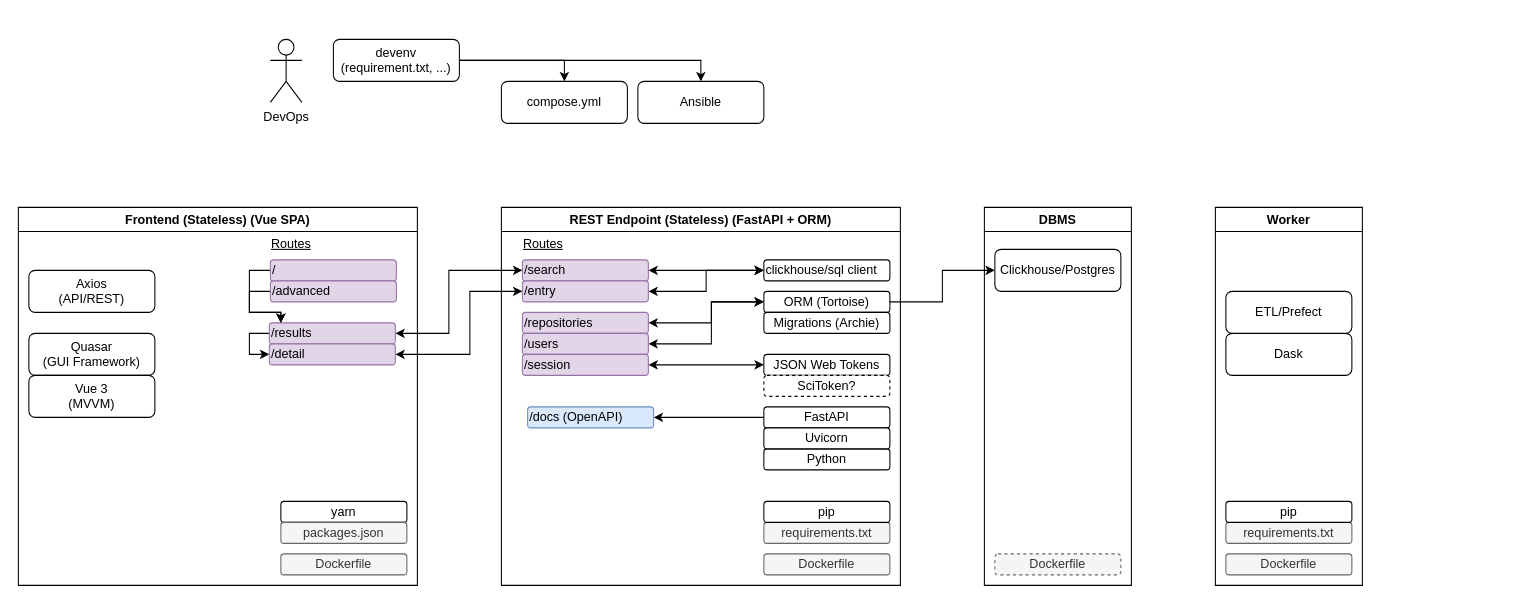
Above: docs/figures/overview.drawio in nsdf-fabric/nsdf-catalog (draw.io), before the change. Source tidied: cells renumbered, new cells numbered last; positions are measured from the earlier drawing's top-left corner, leaving out a move shared by most shapes. Both pictures are drawn from the tidied source at 105%, with x=0, y=0 at pixel (18, 39).
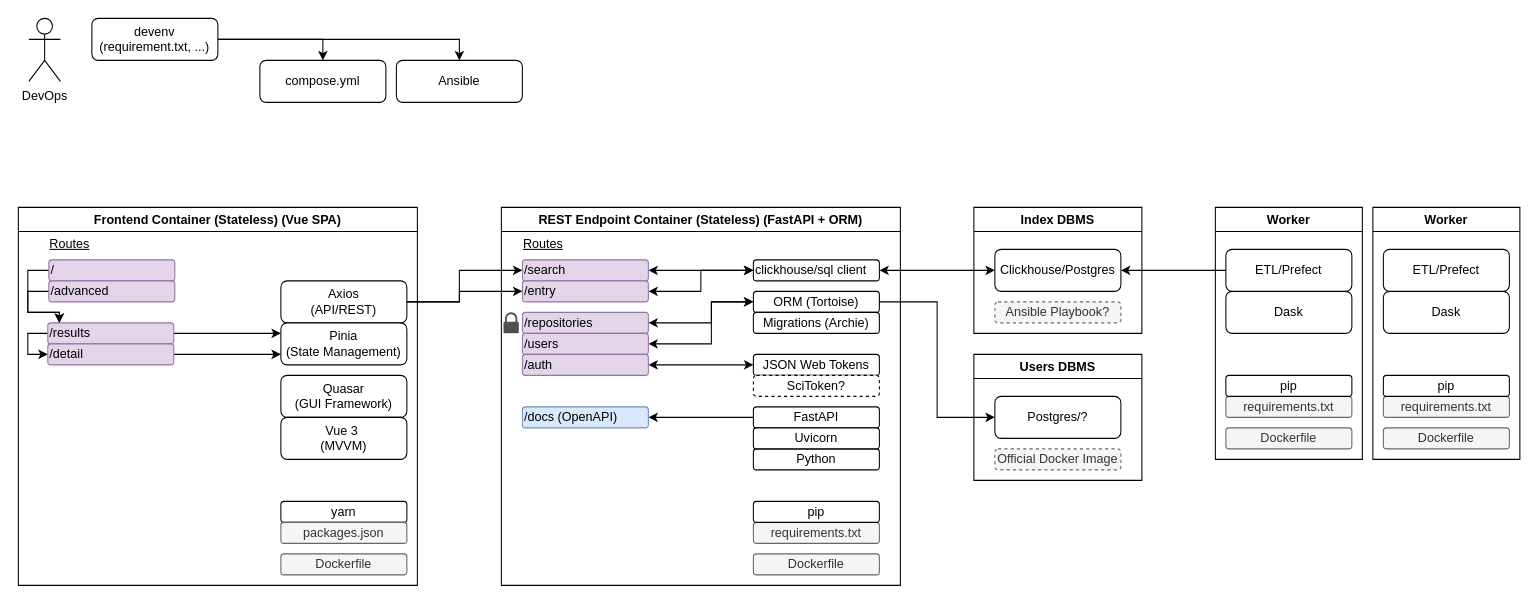
Above is the later version.

Unchanged cells that the change refers to:
```xml
<mxCell id="15" value="/search" style="rounded=1;whiteSpace=wrap;html=1;align=left;strokeColor=#9673a6;fillColor=#e1d5e7;" parent="8" vertex="1">
  <mxGeometry x="20" y="50" width="120" height="20" as="geometry" />
</mxCell>
<mxCell id="30" value="/entry" style="rounded=1;whiteSpace=wrap;html=1;align=left;strokeColor=#9673a6;fillColor=#e1d5e7;" parent="8" vertex="1">
  <mxGeometry x="20" y="70" width="120" height="20" as="geometry" />
</mxCell>
```

Diff of the diagram source:
```diff
@@
     <mxCell id="2" value="DevOps" style="shape=umlActor;verticalLabelPosition=bottom;verticalAlign=top;html=1;" parent="1" vertex="1">
-      <mxGeometry x="240" width="30" height="60" as="geometry" />
+      <mxGeometry x="10" y="-20" width="30" height="60" as="geometry" />
     </mxCell>
     <mxCell id="3" value="Ansible" style="rounded=1;whiteSpace=wrap;html=1;" parent="1" vertex="1">
-      <mxGeometry x="590" y="40" width="120" height="40" as="geometry" />
+      <mxGeometry x="360" y="20" width="120" height="40" as="geometry" />
     </mxCell>
     <mxCell id="4" value="compose.yml" style="rounded=1;whiteSpace=wrap;html=1;" parent="1" vertex="1">
-      <mxGeometry x="460" y="40" width="120" height="40" as="geometry" />
+      <mxGeometry x="230" y="20" width="120" height="40" as="geometry" />
     </mxCell>
@@
     <mxCell id="7" value="devenv&lt;br&gt;(requirement.txt, ...)" style="rounded=1;whiteSpace=wrap;html=1;" parent="1" vertex="1">
-      <mxGeometry x="300" width="120" height="40" as="geometry" />
+      <mxGeometry x="70" y="-20" width="120" height="40" as="geometry" />
     </mxCell>
-    <mxCell id="8" value="REST Endpoint (Stateless) (FastAPI + ORM)" style="swimlane;" parent="1" vertex="1">
+    <mxCell id="8" value="REST Endpoint Container (Stateless) (FastAPI + ORM)" style="swimlane;" parent="1" vertex="1">
       <mxGeometry x="460" y="160" width="380" height="360" as="geometry" />
     </mxCell>
     <mxCell id="9" value="Python" style="rounded=1;whiteSpace=wrap;html=1;" parent="8" vertex="1">
-      <mxGeometry x="250" y="230" width="120" height="20" as="geometry" />
+      <mxGeometry x="240" y="230" width="120" height="20" as="geometry" />
     </mxCell>
     <mxCell id="10" value="requirements.txt" style="rounded=1;whiteSpace=wrap;html=1;fillColor=#f5f5f5;fontColor=#333333;strokeColor=#666666;" parent="8" vertex="1">
-      <mxGeometry x="250" y="300" width="120" height="20" as="geometry" />
+      <mxGeometry x="240" y="300" width="120" height="20" as="geometry" />
     </mxCell>
@@
     <mxCell id="12" value="FastAPI" style="rounded=1;whiteSpace=wrap;html=1;" parent="8" vertex="1">
-      <mxGeometry x="250" y="190" width="120" height="20" as="geometry" />
+      <mxGeometry x="240" y="190" width="120" height="20" as="geometry" />
     </mxCell>
     <mxCell id="13" value="Uvicorn" style="rounded=1;whiteSpace=wrap;html=1;" parent="8" vertex="1">
-      <mxGeometry x="250" y="210" width="120" height="20" as="geometry" />
+      <mxGeometry x="240" y="210" width="120" height="20" as="geometry" />
     </mxCell>
@@
     <mxCell id="17" value="JSON Web Tokens" style="rounded=1;whiteSpace=wrap;html=1;" parent="8" vertex="1">
-      <mxGeometry x="250" y="140" width="120" height="20" as="geometry" />
+      <mxGeometry x="240" y="140" width="120" height="20" as="geometry" />
     </mxCell>
@@
     <mxCell id="21" value="ORM (Tortoise)" style="rounded=1;whiteSpace=wrap;html=1;" parent="8" vertex="1">
-      <mxGeometry x="250" y="80" width="120" height="20" as="geometry" />
+      <mxGeometry x="240" y="80" width="120" height="20" as="geometry" />
     </mxCell>
     <mxCell id="22" style="edgeStyle=orthogonalEdgeStyle;rounded=0;jettySize=auto;html=1;exitX=1;exitY=0.5;exitDx=0;exitDy=0;entryX=0;entryY=0.5;entryDx=0;entryDy=0;startArrow=classic;startFill=1;" parent="8" edge="1" source="23" target="17">
-      <mxGeometry relative="1" as="geometry" />
+      <mxGeometry relative="1" as="geometry">
+        <Array as="points">
+          <mxPoint x="210" y="150" />
+          <mxPoint x="210" y="150" />
+        </Array>
+      </mxGeometry>
     </mxCell>
-    <mxCell id="23" value="/session" style="rounded=1;whiteSpace=wrap;html=1;align=left;strokeColor=#9673a6;fillColor=#e1d5e7;" parent="8" vertex="1">
+    <mxCell id="23" value="/auth" style="rounded=1;whiteSpace=wrap;html=1;align=left;strokeColor=#9673a6;fillColor=#e1d5e7;" parent="8" vertex="1">
       <mxGeometry x="20" y="140" width="120" height="20" as="geometry" />
     </mxCell>
@@
     <mxCell id="25" value="clickhouse/sql client" style="rounded=1;whiteSpace=wrap;html=1;align=left;" parent="8" vertex="1">
-      <mxGeometry x="250" y="50" width="120" height="20" as="geometry" />
+      <mxGeometry x="240" y="50" width="120" height="20" as="geometry" />
     </mxCell>
     <mxCell id="26" value="SciToken?" style="rounded=1;whiteSpace=wrap;html=1;dashed=1;" parent="8" vertex="1">
-      <mxGeometry x="250" y="160" width="120" height="20" as="geometry" />
+      <mxGeometry x="240" y="160" width="120" height="20" as="geometry" />
     </mxCell>
     <mxCell id="27" value="Dockerfile" style="rounded=1;whiteSpace=wrap;html=1;fillColor=#f5f5f5;fontColor=#333333;strokeColor=#666666;" parent="8" vertex="1">
-      <mxGeometry x="250" y="330" width="120" height="20" as="geometry" />
+      <mxGeometry x="240" y="330" width="120" height="20" as="geometry" />
     </mxCell>
     <mxCell id="28" value="/docs (OpenAPI)" style="rounded=1;whiteSpace=wrap;html=1;align=left;strokeColor=#6c8ebf;fillColor=#dae8fc;" parent="8" vertex="1">
-      <mxGeometry x="25" y="190" width="120" height="20" as="geometry" />
+      <mxGeometry x="20" y="190" width="120" height="20" as="geometry" />
     </mxCell>
@@
     <mxCell id="32" value="Migrations (Archie)" style="rounded=1;whiteSpace=wrap;html=1;" parent="8" vertex="1">
-      <mxGeometry x="250" y="100" width="120" height="20" as="geometry" />
+      <mxGeometry x="240" y="100" width="120" height="20" as="geometry" />
     </mxCell>
     <mxCell id="33" value="pip" style="rounded=1;whiteSpace=wrap;html=1;" parent="8" vertex="1">
-      <mxGeometry x="250" y="280" width="120" height="20" as="geometry" />
+      <mxGeometry x="240" y="280" width="120" height="20" as="geometry" />
     </mxCell>
+    <mxCell id="65" style="sketch=0;shadow=0;dashed=0;html=1;strokeColor=none;fillColor=#505050;labelPosition=center;verticalLabelPosition=bottom;verticalAlign=top;align=center;shape=mxgraph.office.security.lock_protected;" parent="8" vertex="1">
+      <mxGeometry x="2" y="100" width="14.6" height="20" as="geometry" />
+    </mxCell>
-    <mxCell id="34" value="Frontend (Stateless) (Vue SPA)" style="swimlane;" parent="1" vertex="1">
+    <mxCell id="34" value="Frontend Container (Stateless) (Vue SPA)" style="swimlane;" parent="1" vertex="1">
       <mxGeometry y="160" width="380" height="360" as="geometry" />
     </mxCell>
@@
     <mxCell id="37" value="Quasar&lt;br&gt;(GUI Framework)" style="rounded=1;whiteSpace=wrap;html=1;" parent="34" vertex="1">
-      <mxGeometry x="10" y="120" width="120" height="40" as="geometry" />
+      <mxGeometry x="250" y="160" width="120" height="40" as="geometry" />
     </mxCell>
-    <mxCell id="38" value="Vue 3&lt;br&gt;(MVVM)" style="rounded=1;whiteSpace=wrap;html=1;" parent="34" vertex="1">
-      <mxGeometry x="10" y="160" width="120" height="40" as="geometry" />
+    <mxCell id="38" value="Vue 3&amp;nbsp;&lt;br&gt;(MVVM)" style="rounded=1;whiteSpace=wrap;html=1;" parent="34" vertex="1">
+      <mxGeometry x="250" y="200" width="120" height="40" as="geometry" />
     </mxCell>
@@
     <mxCell id="40" value="Axios&lt;br&gt;(API/REST)" style="rounded=1;whiteSpace=wrap;html=1;" parent="34" vertex="1">
-      <mxGeometry x="10" y="60" width="120" height="40" as="geometry" />
+      <mxGeometry x="250" y="70" width="120" height="40" as="geometry" />
     </mxCell>
     <mxCell id="41" style="edgeStyle=orthogonalEdgeStyle;rounded=0;jettySize=auto;html=1;exitX=1;exitY=0.5;exitDx=0;exitDy=0;entryX=0;entryY=0.25;entryDx=0;entryDy=0;startArrow=classic;startFill=1;" parent="34" edge="1" source="43">
       <mxGeometry relative="1" as="geometry">
-        <mxPoint x="359" y="120" as="targetPoint" />
+        <mxPoint x="148" y="120" as="targetPoint" />
       </mxGeometry>
     </mxCell>
     <mxCell id="42" style="edgeStyle=orthogonalEdgeStyle;rounded=0;jettySize=auto;html=1;exitX=0;exitY=0.5;exitDx=0;exitDy=0;entryX=0;entryY=0.5;entryDx=0;entryDy=0;startArrow=none;startFill=0;" parent="34" edge="1" source="43" target="45">
       <mxGeometry relative="1" as="geometry">
         <Array as="points">
-          <mxPoint x="220" y="120" />
-          <mxPoint x="220" y="140" />
+          <mxPoint x="9" y="120" />
+          <mxPoint x="9" y="140" />
         </Array>
       </mxGeometry>
     </mxCell>
+    <mxCell id="66" style="edgeStyle=orthogonalEdgeStyle;rounded=0;jettySize=auto;html=1;exitX=1;exitY=0.5;exitDx=0;exitDy=0;entryX=0;entryY=0.25;entryDx=0;entryDy=0;" parent="34" edge="1" source="43" target="68">
+      <mxGeometry relative="1" as="geometry" />
+    </mxCell>
     <mxCell id="43" value="/results" style="rounded=1;whiteSpace=wrap;html=1;align=left;strokeColor=#9673a6;fillColor=#e1d5e7;" parent="34" vertex="1">
-      <mxGeometry x="239" y="110" width="120" height="20" as="geometry" />
+      <mxGeometry x="28" y="110" width="120" height="20" as="geometry" />
     </mxCell>
     <mxCell id="44" style="edgeStyle=orthogonalEdgeStyle;rounded=0;jettySize=auto;html=1;exitX=1;exitY=0.5;exitDx=0;exitDy=0;entryX=0;entryY=0.75;entryDx=0;entryDy=0;startArrow=classic;startFill=1;" parent="34" edge="1" source="45">
       <mxGeometry relative="1" as="geometry">
-        <mxPoint x="359" y="140" as="targetPoint" />
+        <mxPoint x="148" y="140" as="targetPoint" />
       </mxGeometry>
     </mxCell>
+    <mxCell id="67" style="edgeStyle=orthogonalEdgeStyle;rounded=0;jettySize=auto;html=1;exitX=1;exitY=0.5;exitDx=0;exitDy=0;entryX=0;entryY=0.75;entryDx=0;entryDy=0;" parent="34" edge="1" source="45" target="68">
+      <mxGeometry relative="1" as="geometry" />
+    </mxCell>
     <mxCell id="45" value="/detail" style="rounded=1;whiteSpace=wrap;html=1;align=left;strokeColor=#9673a6;fillColor=#e1d5e7;" parent="34" vertex="1">
-      <mxGeometry x="239" y="130" width="120" height="20" as="geometry" />
+      <mxGeometry x="28" y="130" width="120" height="20" as="geometry" />
     </mxCell>
     <mxCell id="46" style="edgeStyle=orthogonalEdgeStyle;rounded=0;jettySize=auto;html=1;exitX=0;exitY=0.5;exitDx=0;exitDy=0;startArrow=none;startFill=0;" parent="34" edge="1" source="47" target="43">
       <mxGeometry relative="1" as="geometry">
         <Array as="points">
-          <mxPoint x="220" y="60" />
-          <mxPoint x="220" y="100" />
-          <mxPoint x="250" y="100" />
+          <mxPoint x="9" y="60" />
+          <mxPoint x="9" y="100" />
+          <mxPoint x="39" y="100" />
         </Array>
       </mxGeometry>
     </mxCell>
     <mxCell id="47" value="/" style="rounded=1;whiteSpace=wrap;html=1;align=left;strokeColor=#9673a6;fillColor=#e1d5e7;" parent="34" vertex="1">
-      <mxGeometry x="240" y="50" width="120" height="20" as="geometry" />
+      <mxGeometry x="29" y="50" width="120" height="20" as="geometry" />
     </mxCell>
     <mxCell id="48" style="edgeStyle=orthogonalEdgeStyle;rounded=0;jettySize=auto;html=1;exitX=0;exitY=0.5;exitDx=0;exitDy=0;startArrow=none;startFill=0;" parent="34" edge="1" source="49" target="43">
       <mxGeometry relative="1" as="geometry">
         <Array as="points">
-          <mxPoint x="220" y="80" />
-          <mxPoint x="220" y="100" />
-          <mxPoint x="250" y="100" />
+          <mxPoint x="9" y="80" />
+          <mxPoint x="9" y="100" />
+          <mxPoint x="39" y="100" />
         </Array>
       </mxGeometry>
     </mxCell>
     <mxCell id="49" value="/advanced" style="rounded=1;whiteSpace=wrap;html=1;align=left;strokeColor=#9673a6;fillColor=#e1d5e7;" parent="34" vertex="1">
-      <mxGeometry x="240" y="70" width="120" height="20" as="geometry" />
+      <mxGeometry x="29" y="70" width="120" height="20" as="geometry" />
     </mxCell>
     <mxCell id="50" value="Routes" style="text;html=1;strokeColor=none;fillColor=none;align=center;verticalAlign=middle;whiteSpace=wrap;rounded=0;dashed=1;fontStyle=4;" parent="34" vertex="1">
-      <mxGeometry x="230" y="20" width="60" height="30" as="geometry" />
+      <mxGeometry x="19" y="20" width="60" height="30" as="geometry" />
     </mxCell>
@@
-    <mxCell id="52" style="edgeStyle=orthogonalEdgeStyle;rounded=0;jettySize=auto;html=1;exitX=1;exitY=0.5;exitDx=0;exitDy=0;entryX=0;entryY=0.5;entryDx=0;entryDy=0;startArrow=classic;startFill=1;" parent="1" edge="1" source="43" target="15">
-      <mxGeometry relative="1" as="geometry">
-        <Array as="points">
-          <mxPoint x="410" y="280" />
-          <mxPoint x="410" y="220" />
-        </Array>
-      </mxGeometry>
-    </mxCell>
-    <mxCell id="53" style="edgeStyle=orthogonalEdgeStyle;rounded=0;jettySize=auto;html=1;exitX=1;exitY=0.5;exitDx=0;exitDy=0;entryX=0;entryY=0.5;entryDx=0;entryDy=0;startArrow=classic;startFill=1;" parent="1" edge="1" source="45" target="30">
-      <mxGeometry relative="1" as="geometry">
-        <Array as="points">
-          <mxPoint x="430" y="300" />
-          <mxPoint x="430" y="240" />
-        </Array>
-      </mxGeometry>
-    </mxCell>
+    <mxCell id="68" value="Pinia&lt;br&gt;(State Management)" style="rounded=1;whiteSpace=wrap;html=1;" parent="34" vertex="1">
+      <mxGeometry x="250" y="110" width="120" height="40" as="geometry" />
+    </mxCell>
-    <mxCell id="54" value="DBMS" style="swimlane;" parent="1" vertex="1">
-      <mxGeometry x="920" y="160" width="140" height="360" as="geometry" />
+    <mxCell id="54" value="Index DBMS" style="swimlane;" parent="1" vertex="1">
+      <mxGeometry x="910" y="160" width="160" height="120" as="geometry" />
     </mxCell>
-    <mxCell id="55" value="Dockerfile" style="rounded=1;whiteSpace=wrap;html=1;fillColor=#f5f5f5;fontColor=#333333;strokeColor=#666666;dashed=1;" parent="54" vertex="1">
-      <mxGeometry x="10" y="330" width="120" height="20" as="geometry" />
+    <mxCell id="55" value="Ansible Playbook?" style="rounded=1;whiteSpace=wrap;html=1;fillColor=#f5f5f5;fontColor=#333333;strokeColor=#666666;dashed=1;" parent="54" vertex="1">
+      <mxGeometry x="20" y="90" width="120" height="20" as="geometry" />
     </mxCell>
     <mxCell id="56" value="Clickhouse/Postgres" style="rounded=1;whiteSpace=wrap;html=1;" parent="54" vertex="1">
-      <mxGeometry x="10" y="40" width="120" height="40" as="geometry" />
+      <mxGeometry x="20" y="40" width="120" height="40" as="geometry" />
     </mxCell>
-    <mxCell id="57" style="edgeStyle=orthogonalEdgeStyle;rounded=0;jettySize=auto;html=1;exitX=1;exitY=0.5;exitDx=0;exitDy=0;" parent="1" edge="1" source="21" target="56">
+    <mxCell id="57" style="edgeStyle=orthogonalEdgeStyle;rounded=0;jettySize=auto;html=1;exitX=1;exitY=0.5;exitDx=0;exitDy=0;entryX=0;entryY=0.5;entryDx=0;entryDy=0;" parent="1" edge="1" source="21" target="73">
       <mxGeometry relative="1" as="geometry" />
     </mxCell>
     <mxCell id="58" value="Worker" style="swimlane;" parent="1" vertex="1">
-      <mxGeometry x="1140" y="160" width="140" height="360" as="geometry" />
+      <mxGeometry x="1140" y="160" width="140" height="240" as="geometry" />
     </mxCell>
     <mxCell id="59" value="Dask" style="rounded=1;whiteSpace=wrap;html=1;" parent="58" vertex="1">
-      <mxGeometry x="10" y="120" width="120" height="40" as="geometry" />
+      <mxGeometry x="10" y="80" width="120" height="40" as="geometry" />
     </mxCell>
     <mxCell id="60" value="requirements.txt" style="rounded=1;whiteSpace=wrap;html=1;fillColor=#f5f5f5;fontColor=#333333;strokeColor=#666666;" parent="58" vertex="1">
-      <mxGeometry x="10" y="300" width="120" height="20" as="geometry" />
+      <mxGeometry x="10" y="180" width="120" height="20" as="geometry" />
     </mxCell>
@@
     <mxCell id="62" value="Dockerfile" style="rounded=1;whiteSpace=wrap;html=1;fillColor=#f5f5f5;fontColor=#333333;strokeColor=#666666;" parent="58" vertex="1">
-      <mxGeometry x="10" y="330" width="120" height="20" as="geometry" />
+      <mxGeometry x="10" y="210" width="120" height="20" as="geometry" />
     </mxCell>
     <mxCell id="63" value="pip" style="rounded=1;whiteSpace=wrap;html=1;" parent="58" vertex="1">
-      <mxGeometry x="10" y="280" width="120" height="20" as="geometry" />
+      <mxGeometry x="10" y="160" width="120" height="20" as="geometry" />
     </mxCell>
     <mxCell id="64" value="ETL/Prefect" style="rounded=1;whiteSpace=wrap;html=1;" parent="58" vertex="1">
-      <mxGeometry x="10" y="80" width="120" height="40" as="geometry" />
+      <mxGeometry x="10" y="40" width="120" height="40" as="geometry" />
     </mxCell>
+    <mxCell id="69" style="edgeStyle=orthogonalEdgeStyle;rounded=0;jettySize=auto;html=1;exitX=1;exitY=0.5;exitDx=0;exitDy=0;" parent="1" edge="1" source="40" target="15">
+      <mxGeometry relative="1" as="geometry">
+        <Array as="points">
+          <mxPoint x="420" y="250" />
+          <mxPoint x="420" y="220" />
+        </Array>
+      </mxGeometry>
+    </mxCell>
+    <mxCell id="70" style="edgeStyle=orthogonalEdgeStyle;rounded=0;jettySize=auto;html=1;exitX=1;exitY=0.5;exitDx=0;exitDy=0;entryX=0;entryY=0.5;entryDx=0;entryDy=0;" parent="1" edge="1" source="40" target="30">
+      <mxGeometry relative="1" as="geometry">
+        <Array as="points">
+          <mxPoint x="420" y="250" />
+          <mxPoint x="420" y="240" />
+        </Array>
+      </mxGeometry>
+    </mxCell>
+    <mxCell id="71" value="Users DBMS" style="swimlane;" parent="1" vertex="1">
+      <mxGeometry x="910" y="300" width="160" height="120" as="geometry" />
+    </mxCell>
+    <mxCell id="72" value="Official Docker Image" style="rounded=1;whiteSpace=wrap;html=1;fillColor=#f5f5f5;fontColor=#333333;strokeColor=#666666;dashed=1;" parent="71" vertex="1">
+      <mxGeometry x="20" y="90" width="120" height="20" as="geometry" />
+    </mxCell>
+    <mxCell id="73" value="Postgres/?" style="rounded=1;whiteSpace=wrap;html=1;" parent="71" vertex="1">
+      <mxGeometry x="20" y="40" width="120" height="40" as="geometry" />
+    </mxCell>
+    <mxCell id="74" style="edgeStyle=orthogonalEdgeStyle;rounded=0;jettySize=auto;html=1;exitX=0;exitY=0.5;exitDx=0;exitDy=0;entryX=1;entryY=0.5;entryDx=0;entryDy=0;" parent="1" edge="1" source="64" target="56">
+      <mxGeometry relative="1" as="geometry" />
+    </mxCell>
+    <mxCell id="75" value="Worker" style="swimlane;" parent="1" vertex="1">
+      <mxGeometry x="1290" y="160" width="140" height="240" as="geometry" />
+    </mxCell>
+    <mxCell id="76" value="Dask" style="rounded=1;whiteSpace=wrap;html=1;" parent="75" vertex="1">
+      <mxGeometry x="10" y="80" width="120" height="40" as="geometry" />
+    </mxCell>
+    <mxCell id="77" value="requirements.txt" style="rounded=1;whiteSpace=wrap;html=1;fillColor=#f5f5f5;fontColor=#333333;strokeColor=#666666;" parent="75" vertex="1">
+      <mxGeometry x="10" y="180" width="120" height="20" as="geometry" />
+    </mxCell>
+    <mxCell id="78" style="edgeStyle=orthogonalEdgeStyle;rounded=0;orthogonalLoop=1;jettySize=auto;html=1;exitX=0.5;exitY=1;exitDx=0;exitDy=0;" parent="75" edge="1" source="77" target="77">
+      <mxGeometry relative="1" as="geometry" />
+    </mxCell>
+    <mxCell id="79" value="Dockerfile" style="rounded=1;whiteSpace=wrap;html=1;fillColor=#f5f5f5;fontColor=#333333;strokeColor=#666666;" parent="75" vertex="1">
+      <mxGeometry x="10" y="210" width="120" height="20" as="geometry" />
+    </mxCell>
+    <mxCell id="80" value="pip" style="rounded=1;whiteSpace=wrap;html=1;" parent="75" vertex="1">
+      <mxGeometry x="10" y="160" width="120" height="20" as="geometry" />
+    </mxCell>
+    <mxCell id="81" value="ETL/Prefect" style="rounded=1;whiteSpace=wrap;html=1;" parent="75" vertex="1">
+      <mxGeometry x="10" y="40" width="120" height="40" as="geometry" />
+    </mxCell>
+    <mxCell id="82" style="edgeStyle=orthogonalEdgeStyle;rounded=0;jettySize=auto;html=1;exitX=1;exitY=0.5;exitDx=0;exitDy=0;startArrow=classic;startFill=1;" parent="1" edge="1" source="25" target="56">
+      <mxGeometry relative="1" as="geometry" />
+    </mxCell>
```
